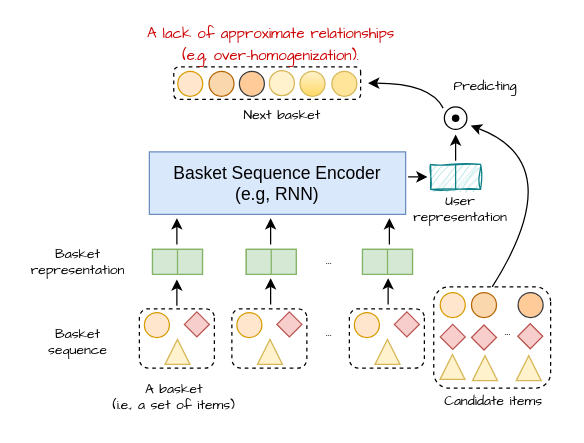
wenqisun/data keeps this draw.io diagram as issue.drawio. Above is the earlier version. Source tidied: cells renumbered, new cells numbered last; positions are measured from the earlier drawing's top-left corner, leaving out a move shared by most shapes. Both pictures are drawn from the tidied source at 125%, with x=0, y=0 at pixel (40, 24).
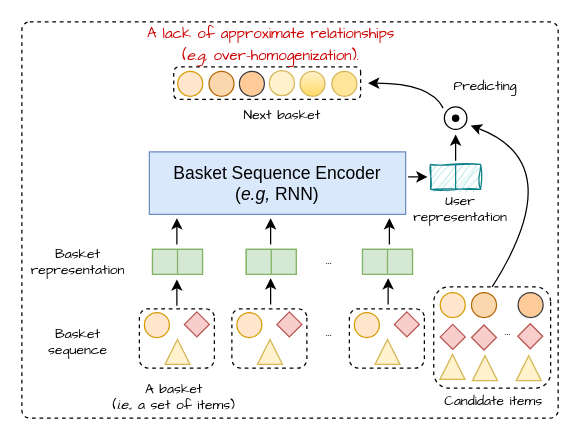
After the change.

Diff of the diagram source:
```diff
@@
+    <mxCell id="68" style="rounded=1;whiteSpace=wrap;html=1;fontFamily=Comic Sans MS;fontSize=12;dashed=1;arcSize=2;" parent="1" vertex="1">
+      <mxGeometry x="-15" y="-2" width="429" height="317" as="geometry" />
+    </mxCell>
-    <mxCell id="2" value="&lt;p style=&quot;line-height: 0%;&quot;&gt;&lt;font face=&quot;Comic Sans MS&quot; style=&quot;font-size: 11px;&quot;&gt;A basket&lt;/font&gt;&lt;/p&gt;&lt;p style=&quot;line-height: 0%;&quot;&gt;&lt;font face=&quot;Comic Sans MS&quot; style=&quot;font-size: 11px;&quot;&gt;(i.e., a set of items)&lt;/font&gt;&lt;/p&gt;" style="text;strokeColor=none;align=center;fillColor=none;html=1;verticalAlign=middle;whiteSpace=wrap;rounded=0;dashed=1;" parent="1" vertex="1">
+    <mxCell id="2" value="&lt;p style=&quot;line-height: 0%;&quot;&gt;&lt;font face=&quot;Comic Sans MS&quot; style=&quot;font-size: 11px;&quot;&gt;A basket&lt;/font&gt;&lt;/p&gt;&lt;p style=&quot;line-height: 0%;&quot;&gt;&lt;font face=&quot;Comic Sans MS&quot; style=&quot;font-size: 11px;&quot;&gt;(&lt;i&gt;i.e.,&lt;/i&gt; a set of items)&lt;/font&gt;&lt;/p&gt;" style="text;strokeColor=none;align=center;fillColor=none;html=1;verticalAlign=middle;whiteSpace=wrap;rounded=0;dashed=1;" parent="1" vertex="1">
       <mxGeometry x="28.5" y="280" width="156" height="33.5" as="geometry" />
     </mxCell>
@@
-    <mxCell id="12" value="&lt;font face=&quot;Helvetica&quot;&gt;&lt;font style=&quot;font-size: 14px;&quot;&gt;Basket Sequence Encoder&lt;br&gt;(e.g, RNN)&lt;/font&gt;&lt;br&gt;&lt;/font&gt;" style="rounded=0;whiteSpace=wrap;html=1;fontFamily=Comic Sans MS;fontSize=11;fillColor=#dae8fc;strokeColor=#6c8ebf;" parent="1" vertex="1">
+    <mxCell id="12" value="&lt;font face=&quot;Helvetica&quot;&gt;&lt;font style=&quot;font-size: 14px;&quot;&gt;Basket Sequence Encoder&lt;br&gt;(&lt;i&gt;e.g,&lt;/i&gt; RNN)&lt;/font&gt;&lt;br&gt;&lt;/font&gt;" style="rounded=0;whiteSpace=wrap;html=1;fontFamily=Comic Sans MS;fontSize=11;fillColor=#dae8fc;strokeColor=#6c8ebf;" parent="1" vertex="1">
       <mxGeometry x="87" y="102" width="205" height="50" as="geometry" />
     </mxCell>
@@
-    <mxCell id="67" value="&lt;font color=&quot;#cc0000&quot; face=&quot;Comic Sans MS&quot; style=&quot;font-size: 12px;&quot;&gt;A lack of approximate relationships &lt;br&gt;(e.g, over-homogenization).&lt;/font&gt;" style="text;strokeColor=none;align=center;fillColor=none;html=1;verticalAlign=middle;whiteSpace=wrap;rounded=0;fontSize=14;fontFamily=Helvetica;" parent="1" vertex="1">
+    <mxCell id="67" value="&lt;font color=&quot;#cc0000&quot; face=&quot;Comic Sans MS&quot; style=&quot;font-size: 12px;&quot;&gt;A lack of approximate relationships &lt;br&gt;(&lt;i&gt;e.g,&lt;/i&gt; over-homogenization).&lt;/font&gt;" style="text;strokeColor=none;align=center;fillColor=none;html=1;verticalAlign=middle;whiteSpace=wrap;rounded=0;fontSize=14;fontFamily=Helvetica;" parent="1" vertex="1">
       <mxGeometry x="47" width="274.5" height="30" as="geometry" />
     </mxCell>
```
